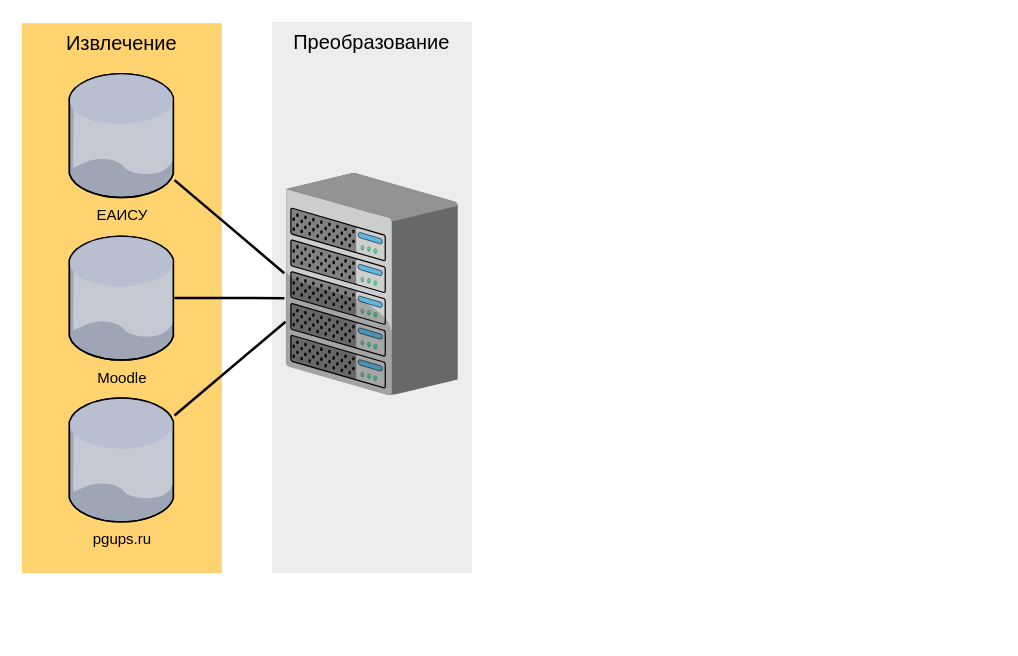
Earlier version of the draw.io diagram Этап Прогнозирования Инженерия данных.drawio (RuslanKudarov/diagrams). Source tidied: cells renumbered, new cells numbered last; positions are measured from the earlier drawing's top-left corner, leaving out a move shared by most shapes. Both pictures are drawn from the tidied source at 125%, with x=0, y=0 at pixel (21, 21).
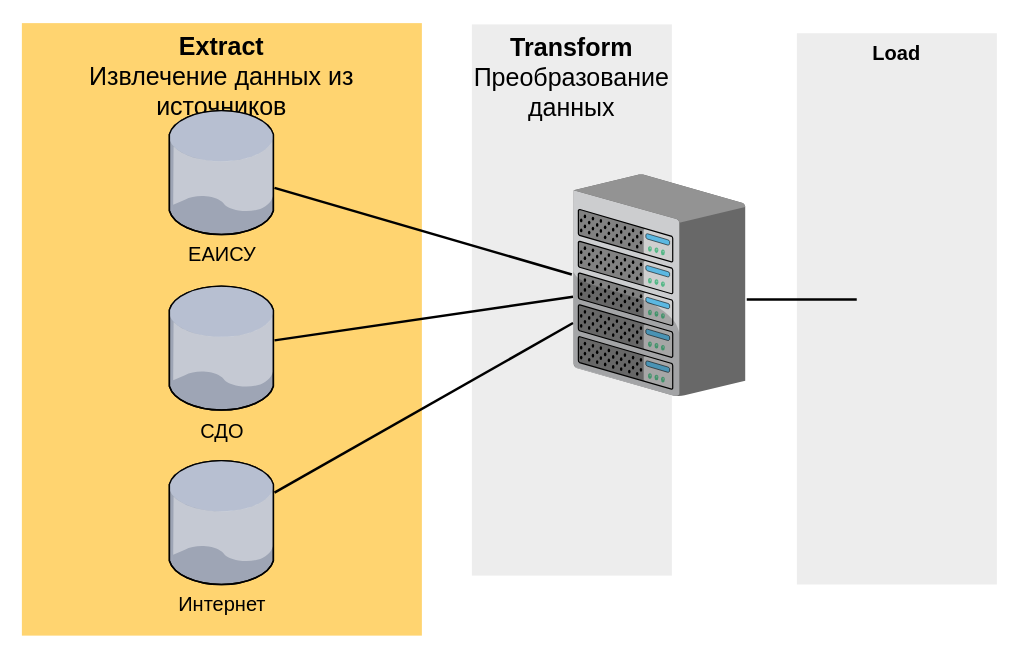
The same diagram, later.

Diff of the diagram source:
```diff
@@
 <mxGraphModel>
   <root>
     <mxCell id="0" />
     <mxCell id="1" parent="0" />
-    <mxCell id="2" value="&lt;font style=&quot;font-size: 16px;&quot; face=&quot;Calibri&quot;&gt;Преобразование&lt;/font&gt;" style="whiteSpace=wrap;html=1;fillColor=#EDEDED;fontSize=14;strokeColor=none;verticalAlign=top;" parent="1" vertex="1">
-      <mxGeometry x="200" width="160" height="441" as="geometry" />
+    <mxCell id="2" value="&lt;font size=&quot;1&quot; style=&quot;&quot; face=&quot;Calibri&quot;&gt;&lt;span style=&quot;font-size: 20px;&quot;&gt;&lt;b&gt;Transform&lt;/b&gt;&lt;br&gt;Преобразование данных&lt;br&gt;&lt;/span&gt;&lt;/font&gt;" style="whiteSpace=wrap;html=1;fillColor=#EDEDED;fontSize=14;strokeColor=none;verticalAlign=top;" parent="1" vertex="1">
+      <mxGeometry x="360" y="2" width="160" height="441" as="geometry" />
     </mxCell>
-    <mxCell id="3" value="&lt;font style=&quot;font-size: 16px;&quot; face=&quot;Calibri&quot;&gt;Извлечение&lt;/font&gt;" style="whiteSpace=wrap;html=1;fillColor=#FFD470;gradientColor=none;fontSize=14;strokeColor=none;verticalAlign=top;" parent="1" vertex="1">
-      <mxGeometry y="1" width="160" height="440" as="geometry" />
+    <mxCell id="3" value="&lt;font style=&quot;font-size: 20px;&quot; face=&quot;Calibri&quot;&gt;&lt;b&gt;Extract&lt;/b&gt;&lt;br&gt;Извлечение данных из источников&lt;br&gt;&lt;/font&gt;" style="whiteSpace=wrap;html=1;fillColor=#FFD470;gradientColor=none;fontSize=14;strokeColor=none;verticalAlign=top;" parent="1" vertex="1">
+      <mxGeometry y="1" width="320" height="490" as="geometry" />
     </mxCell>
     <mxCell id="4" style="edgeStyle=none;rounded=0;html=1;startSize=10;endSize=10;jettySize=auto;fontSize=14;endArrow=none;endFill=0;strokeWidth=2;entryX=-0.002;entryY=0.67;entryDx=0;entryDy=0;entryPerimeter=0;" parent="1" edge="1" source="10" target="7">
       <mxGeometry relative="1" as="geometry" />
     </mxCell>
-    <mxCell id="5" style="edgeStyle=none;rounded=0;html=1;startSize=10;endSize=10;jettySize=auto;fontSize=14;endArrow=none;endFill=0;strokeWidth=2;" parent="1" edge="1" source="9">
-      <mxGeometry relative="1" as="geometry">
-        <mxPoint x="210" y="221" as="targetPoint" />
-      </mxGeometry>
+    <mxCell id="5" style="edgeStyle=none;rounded=0;html=1;startSize=10;endSize=10;jettySize=auto;fontSize=14;endArrow=none;endFill=0;strokeWidth=2;entryX=-0.002;entryY=0.552;entryDx=0;entryDy=0;entryPerimeter=0;" parent="1" edge="1" source="9" target="7">
+      <mxGeometry relative="1" as="geometry" />
     </mxCell>
     <mxCell id="6" style="edgeStyle=none;rounded=0;html=1;startSize=10;endSize=10;jettySize=auto;fontSize=14;endArrow=none;endFill=0;strokeWidth=2;entryX=-0.009;entryY=0.451;entryDx=0;entryDy=0;entryPerimeter=0;" parent="1" edge="1" source="8" target="7">
       <mxGeometry relative="1" as="geometry" />
     </mxCell>
     <mxCell id="7" style="verticalLabelPosition=bottom;html=1;verticalAlign=top;strokeColor=none;shape=mxgraph.citrix.chassis;fillColor=#66B2FF;gradientColor=#0066CC;fontSize=14;" parent="1" vertex="1">
-      <mxGeometry x="211.2" y="121" width="137.5" height="177.5" as="geometry" />
+      <mxGeometry x="441.2" y="122" width="137.5" height="177.5" as="geometry" />
     </mxCell>
-    <mxCell id="8" value="ЕАИСУ" style="verticalLabelPosition=bottom;sketch=0;html=1;verticalAlign=top;strokeColor=none;align=center;outlineConnect=0;shape=mxgraph.citrix.database;" parent="1" vertex="1">
-      <mxGeometry x="37.9" y="41.4" width="84.2" height="99.1" as="geometry" />
+    <mxCell id="8" value="&lt;font style=&quot;font-size: 16px;&quot; face=&quot;Calibri&quot;&gt;ЕАИСУ&lt;/font&gt;" style="verticalLabelPosition=bottom;sketch=0;html=1;verticalAlign=top;strokeColor=none;align=center;outlineConnect=0;shape=mxgraph.citrix.database;" parent="1" vertex="1">
+      <mxGeometry x="117.9" y="71" width="84.2" height="99.1" as="geometry" />
     </mxCell>
-    <mxCell id="9" value="Moodle" style="verticalLabelPosition=bottom;sketch=0;html=1;verticalAlign=top;strokeColor=none;align=center;outlineConnect=0;shape=mxgraph.citrix.database;" parent="1" vertex="1">
-      <mxGeometry x="37.9" y="171.4" width="84.2" height="99.1" as="geometry" />
+    <mxCell id="9" value="&lt;font style=&quot;font-size: 16px;&quot; face=&quot;Calibri&quot;&gt;СДО&lt;/font&gt;" style="verticalLabelPosition=bottom;sketch=0;html=1;verticalAlign=top;strokeColor=none;align=center;outlineConnect=0;shape=mxgraph.citrix.database;" parent="1" vertex="1">
+      <mxGeometry x="117.9" y="211.4" width="84.2" height="99.1" as="geometry" />
     </mxCell>
-    <mxCell id="10" value="pgups.ru" style="verticalLabelPosition=bottom;sketch=0;html=1;verticalAlign=top;strokeColor=none;align=center;outlineConnect=0;shape=mxgraph.citrix.database;" parent="1" vertex="1">
-      <mxGeometry x="37.9" y="300.9" width="84.2" height="99.1" as="geometry" />
+    <mxCell id="10" value="&lt;font face=&quot;Calibri&quot; style=&quot;font-size: 16px;&quot;&gt;Интернет&lt;/font&gt;" style="verticalLabelPosition=bottom;sketch=0;html=1;verticalAlign=top;strokeColor=none;align=center;outlineConnect=0;shape=mxgraph.citrix.database;" parent="1" vertex="1">
+      <mxGeometry x="117.9" y="351" width="84.2" height="99.1" as="geometry" />
     </mxCell>
+    <mxCell id="11" value="&lt;font style=&quot;font-size: 16px;&quot; face=&quot;Calibri&quot;&gt;&lt;b&gt;Load&lt;/b&gt;&lt;/font&gt;" style="whiteSpace=wrap;html=1;fillColor=#EDEDED;fontSize=14;strokeColor=none;verticalAlign=top;" parent="1" vertex="1">
+      <mxGeometry x="620" y="9.1" width="160" height="441" as="geometry" />
+    </mxCell>
+    <mxCell id="12" style="edgeStyle=none;rounded=0;html=1;startSize=10;endSize=10;jettySize=auto;orthogonalLoop=1;fontSize=14;endArrow=none;endFill=0;strokeWidth=2;" parent="1" edge="1">
+      <mxGeometry relative="1" as="geometry">
+        <mxPoint x="579.9" y="222" as="sourcePoint" />
+        <mxPoint x="667.9" y="222" as="targetPoint" />
+      </mxGeometry>
+    </mxCell>
   </root>
 </mxGraphModel>
```
